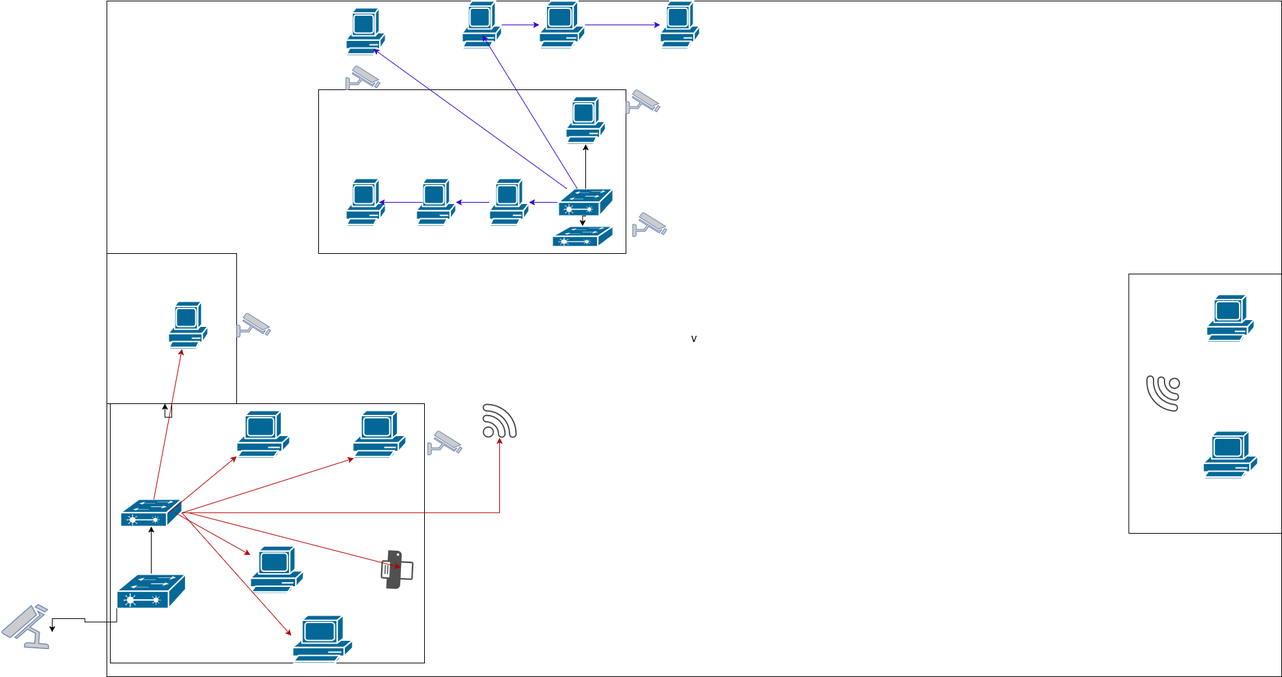
The draw.io diagram mapa_de_rede(Fábrica).drawio.png in GabrielBuenoSathler/mapa-de-rede, before a commit. Source tidied: cells renumbered, new cells last; positions are measured from the earlier drawing's top-left corner, leaving out a move shared by most shapes.
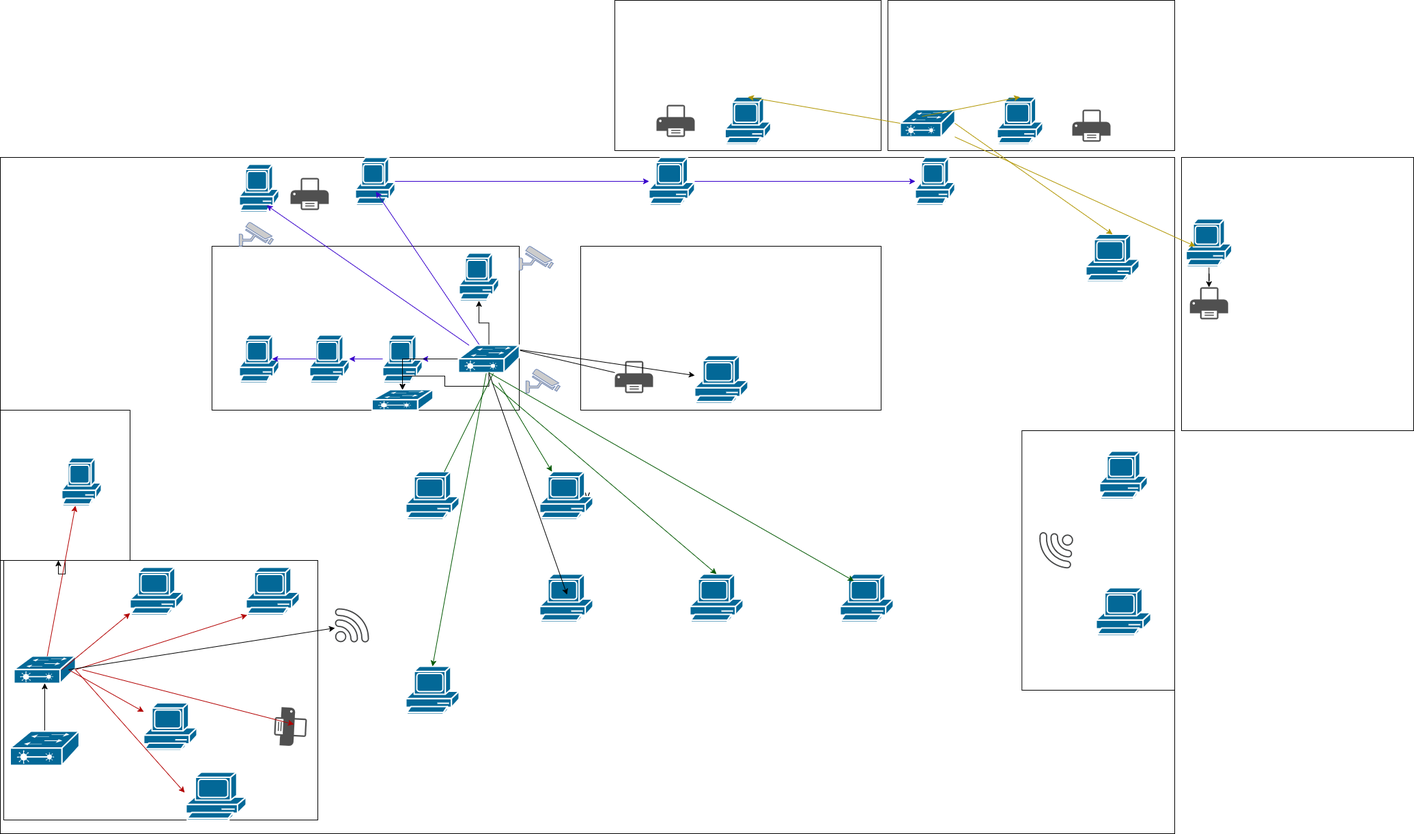
The same diagram one commit later.

Change to the diagram source:
```diff
@@ -8,9 +8,6 @@
     <mxCell id="3" style="rounded=0;whiteSpace=wrap;html=1;rotation=90;" parent="1" vertex="1">
       <mxGeometry x="195" y="550" width="380" height="460" as="geometry" />
     </mxCell>
-    <mxCell id="4" style="edgeStyle=orthogonalEdgeStyle;rounded=0;jettySize=auto;html=1;fillColor=#e51400;strokeColor=#B20000;" parent="1" edge="1" source="5" target="35">
-      <mxGeometry relative="1" as="geometry" />
-    </mxCell>
     <mxCell id="5" style="strokeColor=#ffffff;sketch=0;html=1;dashed=0;fillColor=#036897;strokeWidth=2;verticalLabelPosition=bottom;verticalAlign=top;align=center;outlineConnect=0;shape=mxgraph.cisco.switches.layer_2_remote_switch;" parent="1" vertex="1">
       <mxGeometry x="170" y="730" width="90" height="40" as="geometry" />
     </mxCell>
@@ -50,13 +47,13 @@
       <mxGeometry x="822" y="140" width="58" height="70" as="geometry" />
     </mxCell>
     <mxCell id="17" style="sketch=0;html=1;dashed=0;fillColor=#036897;strokeColor=#ffffff;strokeWidth=2;verticalLabelPosition=bottom;verticalAlign=top;align=center;outlineConnect=0;shape=mxgraph.cisco.computers_and_peripherals.pc;" parent="1" vertex="1">
-      <mxGeometry x="960" width="58" height="70" as="geometry" />
+      <mxGeometry x="1490" width="58" height="70" as="geometry" />
     </mxCell>
     <mxCell id="18" style="edgeStyle=orthogonalEdgeStyle;rounded=0;jettySize=auto;html=1;fillColor=#6a00ff;strokeColor=#3700CC;" parent="1" edge="1" source="19" target="17">
       <mxGeometry relative="1" as="geometry" />
     </mxCell>
     <mxCell id="19" style="sketch=0;html=1;dashed=0;fillColor=#036897;strokeColor=#ffffff;strokeWidth=2;verticalLabelPosition=bottom;verticalAlign=top;align=center;outlineConnect=0;shape=mxgraph.cisco.computers_and_peripherals.pc;" parent="1" vertex="1">
-      <mxGeometry x="783" width="67" height="70" as="geometry" />
+      <mxGeometry x="1100" width="67" height="70" as="geometry" />
     </mxCell>
     <mxCell id="20" style="edgeStyle=orthogonalEdgeStyle;rounded=0;jettySize=auto;html=1;fillColor=#6a00ff;strokeColor=#3700CC;" parent="1" edge="1" source="21" target="19">
       <mxGeometry relative="1" as="geometry" />
@@ -67,9 +64,9 @@
     <mxCell id="22" style="edgeStyle=orthogonalEdgeStyle;rounded=0;jettySize=auto;html=1;exitX=0;exitY=0.5;exitDx=0;exitDy=0;exitPerimeter=0;fillColor=#6a00ff;strokeColor=#3700CC;" parent="1" edge="1" source="23" target="15">
       <mxGeometry relative="1" as="geometry" />
     </mxCell>
-    <mxCell id="23" style="strokeColor=#ffffff;sketch=0;html=1;dashed=0;fillColor=#036897;strokeWidth=2;verticalLabelPosition=bottom;verticalAlign=top;align=center;outlineConnect=0;shape=mxgraph.cisco.switches.layer_2_remote_switch;" parent="1" vertex="1">
-      <mxGeometry x="811" y="275" width="80" height="40" as="geometry" />
-    </mxCell>
+    <mxCell id="54" style="edgeStyle=orthogonalEdgeStyle;rounded=0;jettySize=auto;html=1;" parent="1" edge="1" source="23" target="47">
+      <mxGeometry relative="1" as="geometry" />
+    </mxCell>
     <mxCell id="24" style="sketch=0;html=1;dashed=0;fillColor=#036897;strokeColor=#ffffff;strokeWidth=2;verticalLabelPosition=bottom;verticalAlign=top;align=center;shape=mxgraph.cisco.computers_and_peripherals.pc;" parent="1" vertex="1">
       <mxGeometry x="500" y="10" width="58" height="70" as="geometry" />
     </mxCell>
@@ -114,7 +111,7 @@
       </mxGeometry>
     </mxCell>
     <mxCell id="35" style="sketch=0;shadow=0;dashed=0;html=1;strokeColor=none;fillColor=#434445;labelPosition=center;verticalLabelPosition=bottom;verticalAlign=top;align=center;outlineConnect=0;shape=mxgraph.vvd.wi_fi;" parent="1" vertex="1">
-      <mxGeometry x="700" y="590" width="50" height="50" as="geometry" />
+      <mxGeometry x="640" y="660" width="50" height="50" as="geometry" />
     </mxCell>
     <mxCell id="36" style="endArrow=classic;html=1;rounded=0;fillColor=#e51400;strokeColor=#B20000;" parent="1" edge="1">
       <mxGeometry relative="1" as="geometry">
@@ -136,14 +133,6 @@
     <mxCell id="40" style="strokeColor=#ffffff;sketch=0;html=1;dashed=0;fillColor=#036897;strokeWidth=2;verticalLabelPosition=bottom;verticalAlign=top;align=center;outlineConnect=0;shape=mxgraph.cisco.switches.layer_2_remote_switch;" parent="1" vertex="1">
       <mxGeometry x="164.5" y="840" width="101" height="50" as="geometry" />
     </mxCell>
-    <mxCell id="41" style="fontColor=#0066CC;verticalAlign=top;verticalLabelPosition=bottom;labelPosition=center;align=center;html=1;fillColor=#CCCCCC;strokeColor=#6881B3;gradientColor=none;gradientDirection=north;strokeWidth=2;shape=mxgraph.networks.security_camera;rotation=-86;" parent="1" vertex="1">
-      <mxGeometry y="880" width="63.5" height="70" as="geometry" />
-    </mxCell>
-    <mxCell id="42" style="edgeStyle=orthogonalEdgeStyle;rounded=0;jettySize=auto;html=1;exitX=0;exitY=1;exitDx=0;exitDy=0;exitPerimeter=0;" parent="1" edge="1" source="40">
-      <mxGeometry relative="1" as="geometry">
-        <mxPoint x="70" y="925" as="targetPoint" />
-      </mxGeometry>
-    </mxCell>
     <mxCell id="43" style="rounded=0;whiteSpace=wrap;html=1;rotation=90;" parent="1" vertex="1">
       <mxGeometry x="1568.1" y="478.1" width="380" height="223.8" as="geometry" />
     </mxCell>
@@ -157,7 +146,7 @@
       <mxGeometry x="1670" y="550" width="50" height="50" as="geometry" />
     </mxCell>
     <mxCell id="47" style="strokeColor=#ffffff;sketch=0;html=1;dashed=0;fillColor=#036897;strokeWidth=2;verticalLabelPosition=bottom;verticalAlign=top;align=center;outlineConnect=0;shape=mxgraph.cisco.switches.layer_2_remote_switch;" parent="1" vertex="1">
-      <mxGeometry x="802" y="330" width="89" height="30" as="geometry" />
+      <mxGeometry x="694.5" y="340" width="89" height="30" as="geometry" />
     </mxCell>
     <mxCell id="48" style="edgeStyle=orthogonalEdgeStyle;rounded=0;jettySize=auto;html=1;exitX=0.5;exitY=1;exitDx=0;exitDy=0;exitPerimeter=0;entryX=0.5;entryY=0;entryDx=0;entryDy=0;entryPerimeter=0;" parent="1" edge="1" source="23" target="47">
       <mxGeometry relative="1" as="geometry" />
@@ -171,11 +160,135 @@
     <mxCell id="51" style="fontColor=#0066CC;verticalAlign=top;verticalLabelPosition=bottom;labelPosition=center;align=center;html=1;fillColor=#CCCCCC;strokeColor=#6881B3;gradientColor=none;gradientDirection=north;strokeWidth=2;shape=mxgraph.networks.security_camera;" parent="1" vertex="1">
       <mxGeometry x="910" y="130" width="50" height="35" as="geometry" />
     </mxCell>
-    <mxCell id="52" style="fontColor=#0066CC;verticalAlign=top;verticalLabelPosition=bottom;labelPosition=center;align=center;html=1;fillColor=#CCCCCC;strokeColor=#6881B3;gradientColor=none;gradientDirection=north;strokeWidth=2;shape=mxgraph.networks.security_camera;" parent="1" vertex="1">
-      <mxGeometry x="620" y="630" width="50" height="35" as="geometry" />
-    </mxCell>
-    <mxCell id="53" style="fontColor=#0066CC;verticalAlign=top;verticalLabelPosition=bottom;labelPosition=center;align=center;html=1;fillColor=#CCCCCC;strokeColor=#6881B3;gradientColor=none;gradientDirection=north;strokeWidth=2;shape=mxgraph.networks.security_camera;" parent="1" vertex="1">
-      <mxGeometry x="340" y="457.5" width="50" height="35" as="geometry" />
-    </mxCell>
+    <mxCell id="55" style="sketch=0;html=1;dashed=0;fillColor=#036897;strokeColor=#ffffff;strokeWidth=2;verticalLabelPosition=bottom;verticalAlign=top;align=center;outlineConnect=0;shape=mxgraph.cisco.computers_and_peripherals.pc;" parent="1" vertex="1">
+      <mxGeometry x="744" y="745" width="78" height="70" as="geometry" />
+    </mxCell>
+    <mxCell id="56" style="rounded=0;whiteSpace=wrap;html=1;rotation=90;" parent="1" vertex="1">
+      <mxGeometry x="1100" y="30" width="240" height="440" as="geometry" />
+    </mxCell>
+    <mxCell id="57" style="sketch=0;html=1;dashed=0;fillColor=#036897;strokeColor=#ffffff;strokeWidth=2;verticalLabelPosition=bottom;verticalAlign=top;align=center;outlineConnect=0;shape=mxgraph.cisco.computers_and_peripherals.pc;" parent="1" vertex="1">
+      <mxGeometry x="1167" y="290" width="78" height="70" as="geometry" />
+    </mxCell>
+    <mxCell id="58" style="sketch=0;shadow=0;dashed=0;html=1;strokeColor=none;fillColor=#505050;labelPosition=center;verticalLabelPosition=bottom;verticalAlign=top;outlineConnect=0;align=center;shape=mxgraph.office.devices.printer;rotation=0;" parent="1" vertex="1">
+      <mxGeometry x="1050" y="298" width="56" height="47" as="geometry" />
+    </mxCell>
+    <mxCell id="59" style="endArrow=classic;html=1;rounded=0;" parent="1" edge="1" source="58" target="57">
+      <mxGeometry relative="1" as="geometry">
+        <Array as="points">
+          <mxPoint x="900" y="280" />
+        </Array>
+      </mxGeometry>
+    </mxCell>
+    <mxCell id="60" style="sketch=0;shadow=0;dashed=0;html=1;strokeColor=none;fillColor=#505050;labelPosition=center;verticalLabelPosition=bottom;verticalAlign=top;align=center;shape=mxgraph.office.devices.printer;rotation=0;" parent="1" vertex="1">
+      <mxGeometry x="575" y="30" width="56" height="47" as="geometry" />
+    </mxCell>
+    <mxCell id="61" style="endArrow=classic;html=1;rounded=0;" parent="1" edge="1" target="35">
+      <mxGeometry relative="1" as="geometry">
+        <mxPoint x="250" y="750" as="sourcePoint" />
+      </mxGeometry>
+    </mxCell>
+    <mxCell id="62" style="sketch=0;html=1;dashed=0;fillColor=#036897;strokeColor=#ffffff;strokeWidth=2;verticalLabelPosition=bottom;verticalAlign=top;align=center;shape=mxgraph.cisco.computers_and_peripherals.pc;" parent="1" vertex="1">
+      <mxGeometry x="940" y="610" width="78" height="70" as="geometry" />
+    </mxCell>
+    <mxCell id="63" style="sketch=0;html=1;dashed=0;fillColor=#036897;strokeColor=#ffffff;strokeWidth=2;verticalLabelPosition=bottom;verticalAlign=top;align=center;outlineConnect=0;shape=mxgraph.cisco.computers_and_peripherals.pc;" parent="1" vertex="1">
+      <mxGeometry x="744" y="460" width="78" height="70" as="geometry" />
+    </mxCell>
+    <mxCell id="64" style="sketch=0;html=1;dashed=0;fillColor=#036897;strokeColor=#ffffff;strokeWidth=2;verticalLabelPosition=bottom;verticalAlign=top;align=center;outlineConnect=0;shape=mxgraph.cisco.computers_and_peripherals.pc;" parent="1" vertex="1">
+      <mxGeometry x="940" y="460" width="78" height="70" as="geometry" />
+    </mxCell>
+    <mxCell id="65" style="sketch=0;html=1;dashed=0;fillColor=#036897;strokeColor=#ffffff;strokeWidth=2;verticalLabelPosition=bottom;verticalAlign=top;align=center;shape=mxgraph.cisco.computers_and_peripherals.pc;" parent="1" vertex="1">
+      <mxGeometry x="1380" y="610" width="78" height="70" as="geometry" />
+    </mxCell>
+    <mxCell id="66" style="sketch=0;html=1;dashed=0;fillColor=#036897;strokeColor=#ffffff;strokeWidth=2;verticalLabelPosition=bottom;verticalAlign=top;align=center;outlineConnect=0;shape=mxgraph.cisco.computers_and_peripherals.pc;" parent="1" vertex="1">
+      <mxGeometry x="1160" y="610" width="78" height="70" as="geometry" />
+    </mxCell>
+    <mxCell id="67" style="rounded=0;whiteSpace=wrap;html=1;" parent="1" vertex="1">
+      <mxGeometry x="1450" y="-230" width="420" height="220" as="geometry" />
+    </mxCell>
+    <mxCell id="68" style="rounded=0;whiteSpace=wrap;html=1;" parent="1" vertex="1">
+      <mxGeometry x="1050" y="-230" width="390" height="220" as="geometry" />
+    </mxCell>
+    <mxCell id="69" style="sketch=0;html=1;dashed=0;fillColor=#036897;strokeColor=#ffffff;strokeWidth=2;verticalLabelPosition=bottom;verticalAlign=top;align=center;outlineConnect=0;shape=mxgraph.cisco.computers_and_peripherals.pc;" parent="1" vertex="1">
+      <mxGeometry x="1610" y="-88.5" width="67" height="70" as="geometry" />
+    </mxCell>
+    <mxCell id="70" style="rounded=0;whiteSpace=wrap;html=1;rotation=90;" parent="1" vertex="1">
+      <mxGeometry x="1850" y="30" width="400" height="340" as="geometry" />
+    </mxCell>
+    <mxCell id="71" style="sketch=0;shadow=0;dashed=0;html=1;strokeColor=none;fillColor=#505050;labelPosition=center;verticalLabelPosition=bottom;verticalAlign=top;align=center;shape=mxgraph.office.devices.printer;rotation=0;" parent="1" vertex="1">
+      <mxGeometry x="1111" y="-77" width="56" height="47" as="geometry" />
+    </mxCell>
+    <mxCell id="72" style="sketch=0;html=1;dashed=0;fillColor=#036897;strokeColor=#ffffff;strokeWidth=2;verticalLabelPosition=bottom;verticalAlign=top;align=center;outlineConnect=0;shape=mxgraph.cisco.computers_and_peripherals.pc;" parent="1" vertex="1">
+      <mxGeometry x="1211.5" y="-88.5" width="67" height="70" as="geometry" />
+    </mxCell>
+    <mxCell id="73" style="strokeColor=#ffffff;sketch=0;html=1;dashed=0;fillColor=#036897;strokeWidth=2;verticalLabelPosition=bottom;verticalAlign=top;align=center;outlineConnect=0;shape=mxgraph.cisco.switches.layer_2_remote_switch;" parent="1" vertex="1">
+      <mxGeometry x="1468" y="-70" width="80" height="40" as="geometry" />
+    </mxCell>
+    <mxCell id="74" style="sketch=0;shadow=0;dashed=0;html=1;strokeColor=none;fillColor=#505050;labelPosition=center;verticalLabelPosition=bottom;verticalAlign=top;align=center;shape=mxgraph.office.devices.printer;rotation=0;" parent="1" vertex="1">
+      <mxGeometry x="1720" y="-70" width="56" height="47" as="geometry" />
+    </mxCell>
+    <mxCell id="75" style="edgeStyle=orthogonalEdgeStyle;rounded=0;jettySize=auto;html=1;" parent="1" edge="1" source="76" target="77">
+      <mxGeometry relative="1" as="geometry" />
+    </mxCell>
+    <mxCell id="76" style="sketch=0;html=1;dashed=0;fillColor=#036897;strokeColor=#ffffff;strokeWidth=2;verticalLabelPosition=bottom;verticalAlign=top;align=center;outlineConnect=0;shape=mxgraph.cisco.computers_and_peripherals.pc;" parent="1" vertex="1">
+      <mxGeometry x="1886.6" y="90" width="67" height="70" as="geometry" />
+    </mxCell>
+    <mxCell id="77" style="sketch=0;shadow=0;dashed=0;html=1;strokeColor=none;fillColor=#505050;labelPosition=center;verticalLabelPosition=bottom;verticalAlign=top;outlineConnect=0;align=center;shape=mxgraph.office.devices.printer;rotation=0;" parent="1" vertex="1">
+      <mxGeometry x="1892.1" y="190" width="56" height="47" as="geometry" />
+    </mxCell>
+    <mxCell id="78" style="endArrow=classic;html=1;rounded=0;exitX=1;exitY=1;exitDx=0;exitDy=0;exitPerimeter=0;fillColor=#e3c800;strokeColor=#B09500;" parent="1" edge="1" source="73">
+      <mxGeometry relative="1" as="geometry">
+        <mxPoint x="1900" y="130" as="targetPoint" />
+      </mxGeometry>
+    </mxCell>
+    <mxCell id="79" style="endArrow=classic;html=1;rounded=0;entryX=0.5;entryY=0;entryDx=0;entryDy=0;entryPerimeter=0;exitX=0;exitY=0.5;exitDx=0;exitDy=0;exitPerimeter=0;fillColor=#e3c800;strokeColor=#B09500;" parent="1" edge="1" source="73" target="72">
+      <mxGeometry relative="1" as="geometry" />
+    </mxCell>
+    <mxCell id="80" style="endArrow=classic;html=1;rounded=0;entryX=0.5;entryY=0;entryDx=0;entryDy=0;entryPerimeter=0;fillColor=#e3c800;strokeColor=#B09500;" parent="1" edge="1" target="69">
+      <mxGeometry relative="1" as="geometry">
+        <mxPoint x="1500" y="-60" as="sourcePoint" />
+      </mxGeometry>
+    </mxCell>
+    <mxCell id="81" style="sketch=0;html=1;dashed=0;fillColor=#036897;strokeColor=#ffffff;strokeWidth=2;verticalLabelPosition=bottom;verticalAlign=top;align=center;outlineConnect=0;shape=mxgraph.cisco.computers_and_peripherals.pc;" parent="1" vertex="1">
+      <mxGeometry x="1740" y="112.5" width="78" height="70" as="geometry" />
+    </mxCell>
+    <mxCell id="82" style="endArrow=classic;html=1;rounded=0;entryX=0.5;entryY=0;entryDx=0;entryDy=0;entryPerimeter=0;exitX=1;exitY=0.5;exitDx=0;exitDy=0;exitPerimeter=0;fillColor=#e3c800;strokeColor=#B09500;" parent="1" edge="1" source="73" target="81">
+      <mxGeometry relative="1" as="geometry" />
+    </mxCell>
+    <mxCell id="83" style="endArrow=classic;html=1;rounded=0;fillColor=#008a00;strokeColor=#005700;" parent="1" edge="1" source="63">
+      <mxGeometry relative="1" as="geometry">
+        <mxPoint x="880" y="300" as="targetPoint" />
+      </mxGeometry>
+    </mxCell>
+    <mxCell id="84" style="endArrow=classic;html=1;rounded=0;entryX=0.5;entryY=0;entryDx=0;entryDy=0;entryPerimeter=0;fillColor=#008a00;strokeColor=#005700;" parent="1" edge="1" source="23" target="55">
+      <mxGeometry relative="1" as="geometry" />
+    </mxCell>
+    <mxCell id="85" style="endArrow=classic;html=1;rounded=0;entryX=0.5;entryY=0;entryDx=0;entryDy=0;entryPerimeter=0;fillColor=#008a00;strokeColor=#005700;" parent="1" edge="1" target="23">
+      <mxGeometry relative="1" as="geometry">
+        <mxPoint x="880" y="310" as="sourcePoint" />
+      </mxGeometry>
+    </mxCell>
+    <mxCell id="23" style="strokeColor=#ffffff;sketch=0;html=1;dashed=0;fillColor=#036897;strokeWidth=2;verticalLabelPosition=bottom;verticalAlign=top;align=center;outlineConnect=0;shape=mxgraph.cisco.switches.layer_2_remote_switch;" parent="1" vertex="1">
+      <mxGeometry x="821" y="275" width="89" height="40" as="geometry" />
+    </mxCell>
+    <mxCell id="86" style="endArrow=classic;html=1;rounded=0;exitX=0.5;exitY=1;exitDx=0;exitDy=0;exitPerimeter=0;" parent="1" edge="1" source="23">
+      <mxGeometry relative="1" as="geometry">
+        <mxPoint x="980" y="640" as="targetPoint" />
+      </mxGeometry>
+    </mxCell>
+    <mxCell id="87" style="endArrow=classic;html=1;rounded=0;fillColor=#008a00;strokeColor=#005700;" parent="1" edge="1" target="64">
+      <mxGeometry relative="1" as="geometry">
+        <mxPoint x="880" y="330" as="sourcePoint" />
+      </mxGeometry>
+    </mxCell>
+    <mxCell id="88" style="endArrow=classic;html=1;rounded=0;entryX=0.5;entryY=0;entryDx=0;entryDy=0;entryPerimeter=0;fillColor=#008a00;strokeColor=#005700;" parent="1" edge="1" target="66">
+      <mxGeometry relative="1" as="geometry">
+        <mxPoint x="870" y="330" as="sourcePoint" />
+      </mxGeometry>
+    </mxCell>
+    <mxCell id="89" style="endArrow=classic;html=1;rounded=0;exitX=0.5;exitY=1;exitDx=0;exitDy=0;exitPerimeter=0;fillColor=#008a00;strokeColor=#005700;" parent="1" edge="1" source="23">
+      <mxGeometry relative="1" as="geometry">
+        <mxPoint x="1400" y="620" as="targetPoint" />
+      </mxGeometry>
+    </mxCell>
   </root>
 </mxGraphModel>
```
